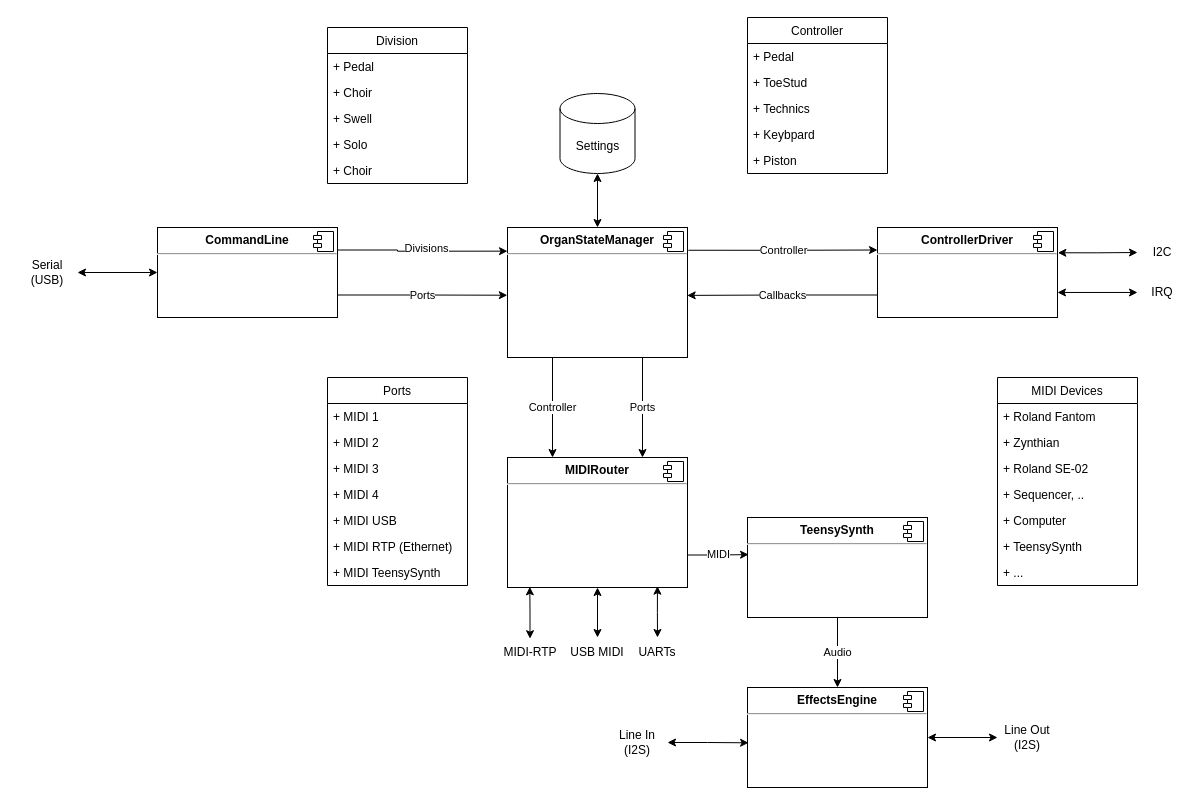
Earlier version of the draw.io diagram drawings/MIDIController Architecture.drawio (stefanhepp/eOrgan). Source tidied: cells renumbered, new cells numbered last; positions are measured from the earlier drawing's top-left corner, leaving out a move shared by most shapes. Both pictures are drawn from the tidied source at 100%, with x=0, y=0 at pixel (17, 17).
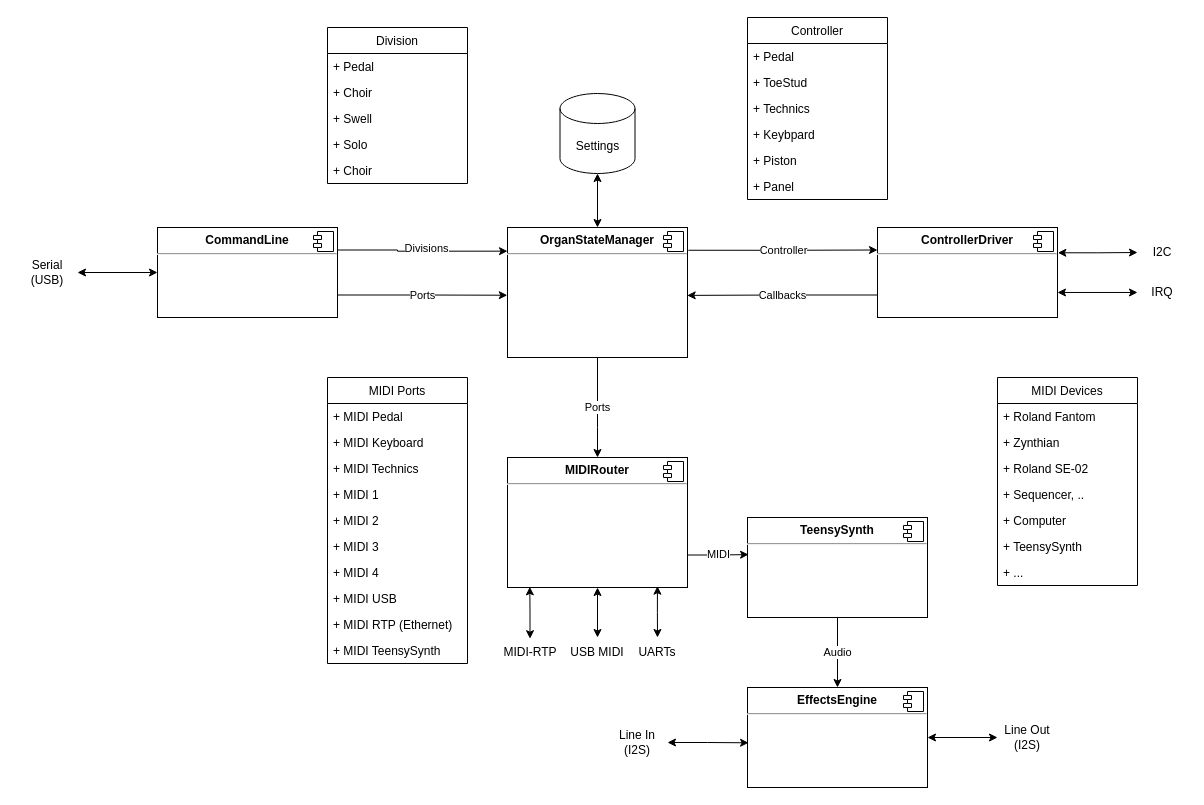
The same page after the edit.

Commit message (it also covers changes not shown here):
Updated I2C message formats and SW arhitecture

The change refers to these unchanged cells:
```xml
<mxCell id="23" value="&lt;p style=&quot;margin:0px;margin-top:6px;text-align:center;&quot;&gt;&lt;b&gt;OrganStateManager&lt;/b&gt;&lt;/p&gt;&lt;hr&gt;&lt;p style=&quot;margin:0px;margin-left:8px;&quot;&gt;&lt;br&gt;&lt;/p&gt;" style="align=left;overflow=fill;html=1;" parent="1" vertex="1">
  <mxGeometry x="490" y="210" width="180" height="130" as="geometry" />
</mxCell>
<mxCell id="36" value="&lt;p style=&quot;margin:0px;margin-top:6px;text-align:center;&quot;&gt;&lt;b&gt;MIDIRouter&lt;/b&gt;&lt;/p&gt;&lt;hr&gt;&lt;p style=&quot;margin:0px;margin-left:8px;&quot;&gt;&lt;br&gt;&lt;/p&gt;" style="align=left;overflow=fill;html=1;" parent="1" vertex="1">
  <mxGeometry x="490" y="440" width="180" height="130" as="geometry" />
</mxCell>
```

Change to the diagram source:
```diff
@@
     <mxCell id="8" value="Controller" style="swimlane;fontStyle=0;horizontal=1;startSize=26;fillColor=none;" parent="1" vertex="1">
-      <mxGeometry x="730" width="140" height="156" as="geometry" />
+      <mxGeometry x="730" width="140" height="182" as="geometry" />
     </mxCell>
@@
+    <mxCell id="68" value="+ Panel" style="text;strokeColor=none;fillColor=none;align=left;verticalAlign=top;spacingLeft=4;spacingRight=4;overflow=hidden;" parent="8" vertex="1">
+      <mxGeometry y="156" width="140" height="26" as="geometry" />
+    </mxCell>
@@
-    <mxCell id="21" value="Controller" style="edgeStyle=orthogonalEdgeStyle;rounded=0;jettySize=auto;html=1;exitX=0.25;exitY=1;exitDx=0;exitDy=0;entryX=0.25;entryY=0;entryDx=0;entryDy=0;startArrow=none;startFill=0;" parent="1" edge="1" source="23" target="36">
-      <mxGeometry relative="1" as="geometry" />
-    </mxCell>
-    <mxCell id="22" value="Ports" style="edgeStyle=orthogonalEdgeStyle;rounded=0;jettySize=auto;html=1;exitX=0.75;exitY=1;exitDx=0;exitDy=0;entryX=0.75;entryY=0;entryDx=0;entryDy=0;startArrow=none;startFill=0;" parent="1" edge="1" source="23" target="36">
-      <mxGeometry relative="1" as="geometry" />
+    <mxCell id="22" value="Ports" style="edgeStyle=orthogonalEdgeStyle;rounded=0;jettySize=auto;html=1;exitX=0.5;exitY=1;exitDx=0;exitDy=0;entryX=0.5;entryY=0;entryDx=0;entryDy=0;startArrow=none;startFill=0;" parent="1" edge="1" source="23" target="36">
+      <mxGeometry relative="1" as="geometry">
+        <Array as="points">
+          <mxPoint x="580" y="410" />
+          <mxPoint x="580" y="410" />
+        </Array>
+      </mxGeometry>
     </mxCell>
@@
-    <mxCell id="38" value="Ports" style="swimlane;fontStyle=0;horizontal=1;startSize=26;fillColor=none;" parent="1" vertex="1">
-      <mxGeometry x="310" y="360" width="140" height="208" as="geometry" />
+    <mxCell id="38" value="MIDI Ports" style="swimlane;fontStyle=0;horizontal=1;startSize=26;fillColor=none;" parent="1" vertex="1">
+      <mxGeometry x="310" y="360" width="140" height="286" as="geometry" />
     </mxCell>
+    <mxCell id="69" value="+ MIDI Pedal&#10;" style="text;strokeColor=none;fillColor=none;align=left;verticalAlign=top;spacingLeft=4;spacingRight=4;overflow=hidden;" parent="38" vertex="1">
+      <mxGeometry y="26" width="140" height="26" as="geometry" />
+    </mxCell>
-    <mxCell id="39" value="+ MIDI 1" style="text;strokeColor=none;fillColor=none;align=left;verticalAlign=top;spacingLeft=4;spacingRight=4;overflow=hidden;" parent="38" vertex="1">
-      <mxGeometry y="26" width="140" height="26" as="geometry" />
+    <mxCell id="39" value="+ MIDI Keyboard" style="text;strokeColor=none;fillColor=none;align=left;verticalAlign=top;spacingLeft=4;spacingRight=4;overflow=hidden;" parent="38" vertex="1">
+      <mxGeometry y="52" width="140" height="26" as="geometry" />
     </mxCell>
+    <mxCell id="70" value="+ MIDI Technics" style="text;strokeColor=none;fillColor=none;align=left;verticalAlign=top;spacingLeft=4;spacingRight=4;overflow=hidden;" parent="38" vertex="1">
+      <mxGeometry y="78" width="140" height="26" as="geometry" />
+    </mxCell>
+    <mxCell id="71" value="+ MIDI 1" style="text;strokeColor=none;fillColor=none;align=left;verticalAlign=top;spacingLeft=4;spacingRight=4;overflow=hidden;" parent="38" vertex="1">
+      <mxGeometry y="104" width="140" height="26" as="geometry" />
+    </mxCell>
     <mxCell id="40" value="+ MIDI 2" style="text;strokeColor=none;fillColor=none;align=left;verticalAlign=top;spacingLeft=4;spacingRight=4;overflow=hidden;" parent="38" vertex="1">
-      <mxGeometry y="52" width="140" height="26" as="geometry" />
+      <mxGeometry y="130" width="140" height="26" as="geometry" />
     </mxCell>
     <mxCell id="41" value="+ MIDI 3" style="text;strokeColor=none;fillColor=none;align=left;verticalAlign=top;spacingLeft=4;spacingRight=4;overflow=hidden;" parent="38" vertex="1">
-      <mxGeometry y="78" width="140" height="26" as="geometry" />
+      <mxGeometry y="156" width="140" height="26" as="geometry" />
     </mxCell>
     <mxCell id="42" value="+ MIDI 4" style="text;strokeColor=none;fillColor=none;align=left;verticalAlign=top;spacingLeft=4;spacingRight=4;overflow=hidden;" parent="38" vertex="1">
-      <mxGeometry y="104" width="140" height="26" as="geometry" />
+      <mxGeometry y="182" width="140" height="26" as="geometry" />
     </mxCell>
     <mxCell id="43" value="+ MIDI USB" style="text;strokeColor=none;fillColor=none;align=left;verticalAlign=top;spacingLeft=4;spacingRight=4;overflow=hidden;" parent="38" vertex="1">
-      <mxGeometry y="130" width="140" height="26" as="geometry" />
+      <mxGeometry y="208" width="140" height="26" as="geometry" />
     </mxCell>
     <mxCell id="44" value="+ MIDI RTP (Ethernet)" style="text;strokeColor=none;fillColor=none;align=left;verticalAlign=top;spacingLeft=4;spacingRight=4;overflow=hidden;" parent="38" vertex="1">
-      <mxGeometry y="156" width="140" height="26" as="geometry" />
+      <mxGeometry y="234" width="140" height="26" as="geometry" />
     </mxCell>
     <mxCell id="45" value="+ MIDI TeensySynth" style="text;strokeColor=none;fillColor=none;align=left;verticalAlign=top;spacingLeft=4;spacingRight=4;overflow=hidden;" parent="38" vertex="1">
-      <mxGeometry y="182" width="140" height="26" as="geometry" />
+      <mxGeometry y="260" width="140" height="26" as="geometry" />
     </mxCell>
```
